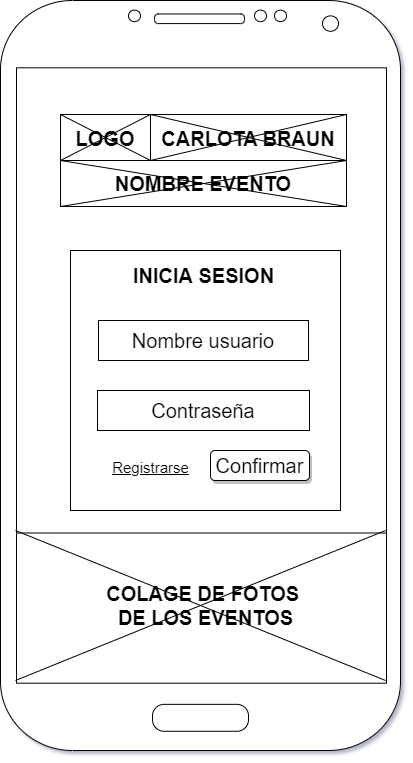
This is img/InicioSesionPagina.png from OscarLM32/DIU, a draw.io export, as it was before one commit. Source tidied: cells renumbered, new cells last; positions are measured from the earlier drawing's top-left corner, leaving out a move shared by most shapes.
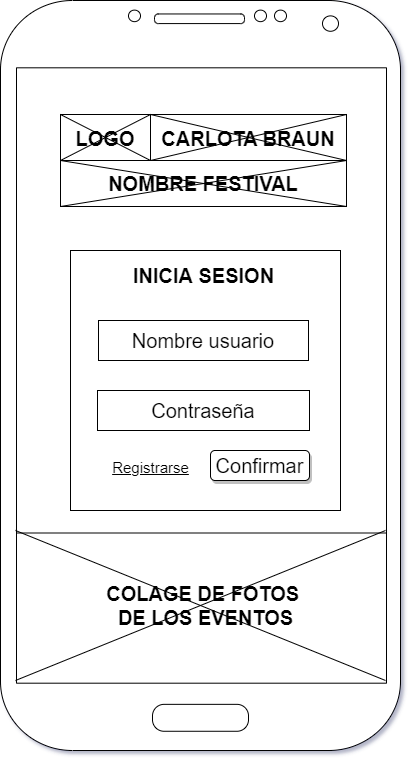
Later version of the same file.

Diff of the diagram source:
```diff
@@ -32,7 +32,7 @@
     <mxCell id="11" style="group;" parent="1" vertex="1">
       <mxGeometry x="60" y="160" width="286" height="46" as="geometry" />
     </mxCell>
-    <mxCell id="12" value="&lt;b&gt;&lt;font style=&quot;font-size: 20px&quot;&gt;NOMBRE EVENTO&lt;/font&gt;&lt;/b&gt;" style="rounded=0;whiteSpace=wrap;html=1;" parent="11" vertex="1">
+    <mxCell id="12" value="&lt;b&gt;&lt;font style=&quot;font-size: 20px&quot;&gt;NOMBRE FESTIVAL&lt;br&gt;&lt;/font&gt;&lt;/b&gt;" style="rounded=0;whiteSpace=wrap;html=1;" parent="11" vertex="1">
       <mxGeometry width="286" height="46" as="geometry" />
     </mxCell>
     <mxCell id="13" style="shape=umlDestroy;" parent="11" vertex="1">
```
